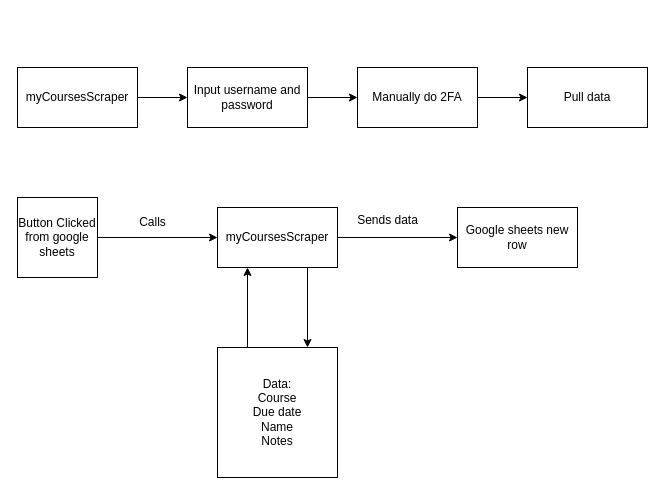
The draw.io diagram processFlowchart.drawio in ldm8760/myCoursesScraper, before the edit. Source tidied: cells renumbered, new cells numbered last; positions are measured from the earlier drawing's top-left corner, leaving out a move shared by most shapes. Both pictures are drawn from the tidied source at 100%, with x=0, y=0 at pixel (17, 67).
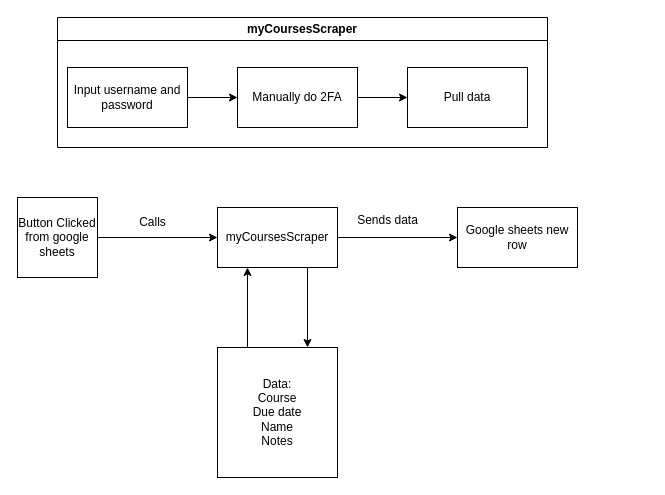
Above is the later version.

Diff of the diagram source:
```diff
@@
 <mxGraphModel>
   <root>
     <mxCell id="0" />
     <mxCell id="1" parent="0" />
     <mxCell id="2" style="edgeStyle=none;html=1;exitX=1;exitY=0.5;exitDx=0;exitDy=0;entryX=0;entryY=0.5;entryDx=0;entryDy=0;" parent="1" edge="1" source="3" target="6">
       <mxGeometry relative="1" as="geometry" />
     </mxCell>
     <mxCell id="3" value="Button Clicked from google sheets" style="whiteSpace=wrap;html=1;" parent="1" vertex="1">
       <mxGeometry y="130" width="80" height="80" as="geometry" />
     </mxCell>
     <mxCell id="4" style="edgeStyle=none;html=1;exitX=0.75;exitY=1;exitDx=0;exitDy=0;entryX=0.75;entryY=0;entryDx=0;entryDy=0;" parent="1" edge="1" source="6" target="8">
       <mxGeometry relative="1" as="geometry" />
     </mxCell>
     <mxCell id="5" style="edgeStyle=none;html=1;exitX=1;exitY=0.5;exitDx=0;exitDy=0;" parent="1" edge="1" source="6" target="9">
       <mxGeometry relative="1" as="geometry" />
     </mxCell>
     <mxCell id="6" value="myCoursesScraper" style="whiteSpace=wrap;html=1;" parent="1" vertex="1">
       <mxGeometry x="200" y="140" width="120" height="60" as="geometry" />
     </mxCell>
     <mxCell id="7" style="edgeStyle=none;html=1;exitX=0.25;exitY=0;exitDx=0;exitDy=0;entryX=0.25;entryY=1;entryDx=0;entryDy=0;" parent="1" edge="1" source="8" target="6">
       <mxGeometry relative="1" as="geometry" />
     </mxCell>
     <mxCell id="8" value="Data:&lt;div&gt;Course&lt;/div&gt;&lt;div&gt;Due date&lt;/div&gt;&lt;div&gt;Name&lt;/div&gt;&lt;div&gt;Notes&lt;/div&gt;" style="whiteSpace=wrap;html=1;" parent="1" vertex="1">
       <mxGeometry x="200" y="280" width="120" height="130" as="geometry" />
     </mxCell>
     <mxCell id="9" value="Google sheets new row" style="whiteSpace=wrap;html=1;" parent="1" vertex="1">
       <mxGeometry x="440" y="140" width="120" height="60" as="geometry" />
     </mxCell>
-    <mxCell id="10" style="edgeStyle=none;html=1;exitX=1;exitY=0.5;exitDx=0;exitDy=0;entryX=0;entryY=0.5;entryDx=0;entryDy=0;" parent="1" edge="1" source="11" target="13">
-      <mxGeometry relative="1" as="geometry" />
-    </mxCell>
-    <mxCell id="11" value="myCoursesScraper" style="whiteSpace=wrap;html=1;" parent="1" vertex="1">
-      <mxGeometry width="120" height="60" as="geometry" />
-    </mxCell>
     <mxCell id="12" style="edgeStyle=none;html=1;exitX=1;exitY=0.5;exitDx=0;exitDy=0;entryX=0;entryY=0.5;entryDx=0;entryDy=0;" parent="1" edge="1" source="13" target="15">
       <mxGeometry relative="1" as="geometry" />
     </mxCell>
     <mxCell id="13" value="Input username and password" style="whiteSpace=wrap;html=1;" parent="1" vertex="1">
-      <mxGeometry x="170" width="120" height="60" as="geometry" />
+      <mxGeometry x="50" width="120" height="60" as="geometry" />
     </mxCell>
     <mxCell id="14" style="edgeStyle=none;html=1;exitX=1;exitY=0.5;exitDx=0;exitDy=0;entryX=0;entryY=0.5;entryDx=0;entryDy=0;" parent="1" edge="1" source="15" target="16">
       <mxGeometry relative="1" as="geometry" />
     </mxCell>
     <mxCell id="15" value="Manually do 2FA" style="whiteSpace=wrap;html=1;" parent="1" vertex="1">
-      <mxGeometry x="340" width="120" height="60" as="geometry" />
+      <mxGeometry x="220" width="120" height="60" as="geometry" />
     </mxCell>
     <mxCell id="16" value="Pull data" style="whiteSpace=wrap;html=1;" parent="1" vertex="1">
-      <mxGeometry x="510" width="120" height="60" as="geometry" />
+      <mxGeometry x="390" width="120" height="60" as="geometry" />
     </mxCell>
     <mxCell id="17" value="Calls" style="text;html=1;align=center;verticalAlign=middle;strokeColor=none;fillColor=none;" parent="1" vertex="1">
       <mxGeometry x="110" y="140" width="50" height="30" as="geometry" />
     </mxCell>
     <mxCell id="18" value="Sends data" style="text;html=1;align=center;verticalAlign=middle;strokeColor=none;fillColor=none;" parent="1" vertex="1">
       <mxGeometry x="330" y="138" width="80" height="30" as="geometry" />
     </mxCell>
+    <mxCell id="11" value="myCoursesScraper" style="swimlane;whiteSpace=wrap;html=1;" parent="1" vertex="1">
+      <mxGeometry x="40" y="-50" width="490" height="130" as="geometry" />
+    </mxCell>
   </root>
 </mxGraphModel>
```
